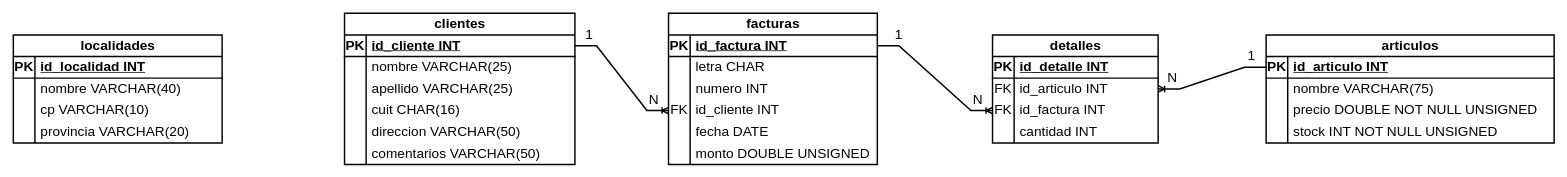
This is diagram/model-er.drawio from khalil-ali-viera-developer-java/proyecto-integrador-sql-digitalers, a draw.io file, before an edit. Source tidied: cells renumbered, new cells numbered last; positions are measured from the earlier drawing's top-left corner, leaving out a move shared by most shapes. Both pictures are drawn from the tidied source at 72%, with x=0, y=0 at pixel (13, 13).
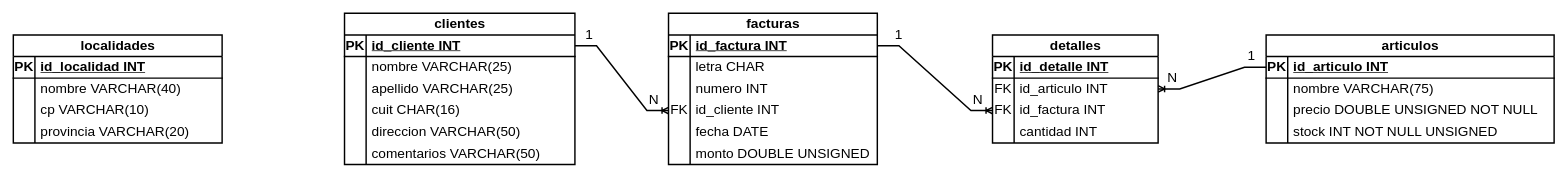
Above is the later version.

The change refers to these unchanged cells:
```xml
<mxCell id="67" style="shape=tableRow;horizontal=0;startSize=0;swimlaneHead=0;swimlaneBody=0;fillColor=none;top=0;left=0;right=0;bottom=0;fontFamily=JetBrains Mono;fontSize=19;strokeWidth=2;" parent="60" vertex="1">
  <mxGeometry y="90" width="400" height="30" as="geometry" />
</mxCell>
```

Diff of the diagram source:
```diff
@@
-    <mxCell id="69" value="precio DOUBLE NOT NULL UNSIGNED" style="shape=partialRectangle;fillColor=none;top=0;left=0;bottom=0;right=0;align=left;spacingLeft=6;overflow=hidden;whiteSpace=wrap;html=1;fontFamily=JetBrains Mono;fontSize=19;strokeWidth=2;" parent="67" vertex="1">
+    <mxCell id="69" value="precio DOUBLE UNSIGNED NOT NULL" style="shape=partialRectangle;fillColor=none;top=0;left=0;bottom=0;right=0;align=left;spacingLeft=6;overflow=hidden;whiteSpace=wrap;html=1;fontFamily=JetBrains Mono;fontSize=19;strokeWidth=2;" parent="67" vertex="1">
       <mxGeometry x="30" width="370" height="30" as="geometry" />
     </mxCell>
```
